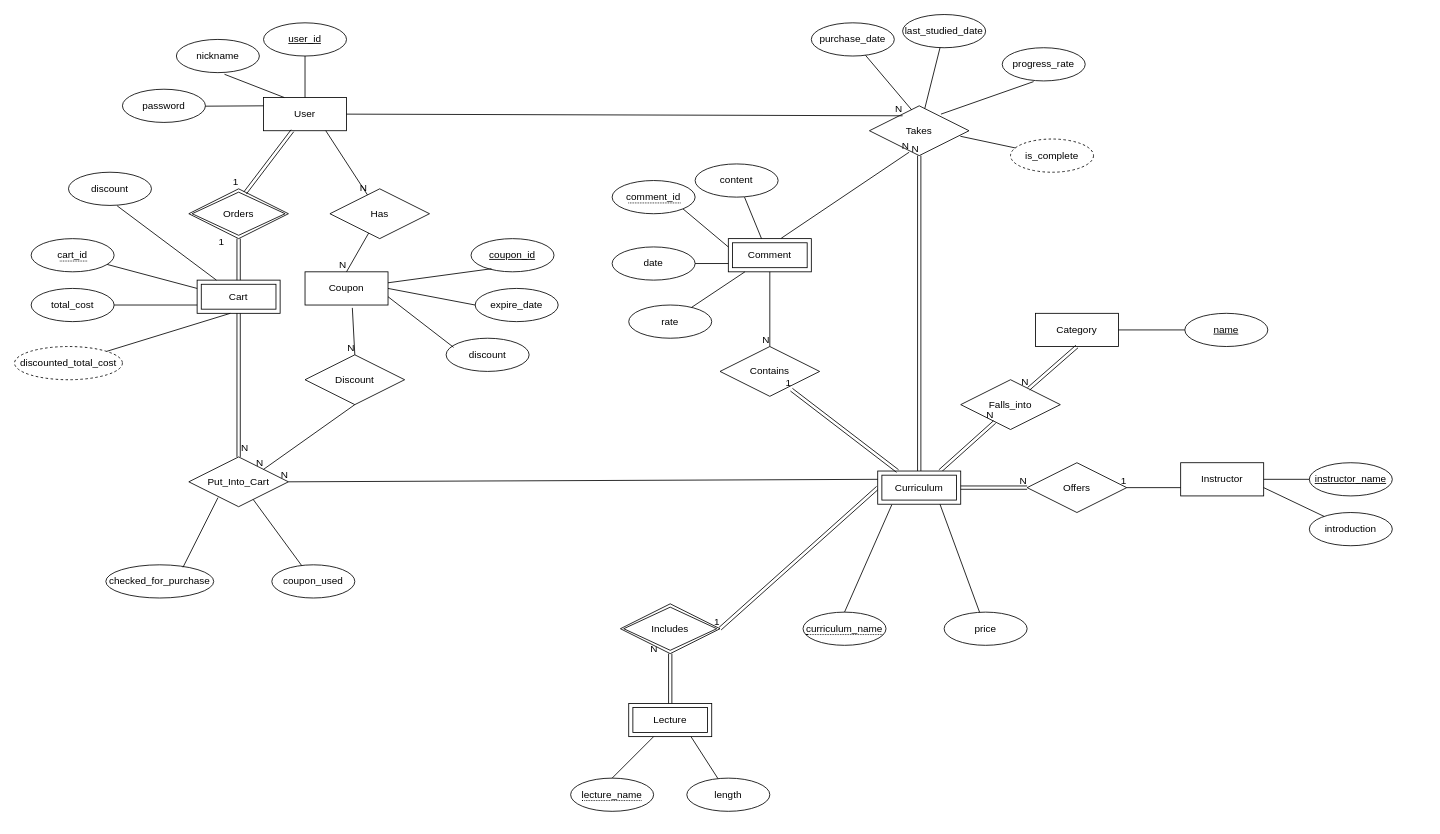
sarah2234/CBNU_DatabaseSystem keeps this draw.io diagram as ERD.drawio. Above is the earlier version. Source tidied: cells renumbered, new cells numbered last; positions are measured from the earlier drawing's top-left corner, leaving out a move shared by most shapes. Both pictures are drawn from the tidied source at 83%, with x=0, y=0 at pixel (14, 14).
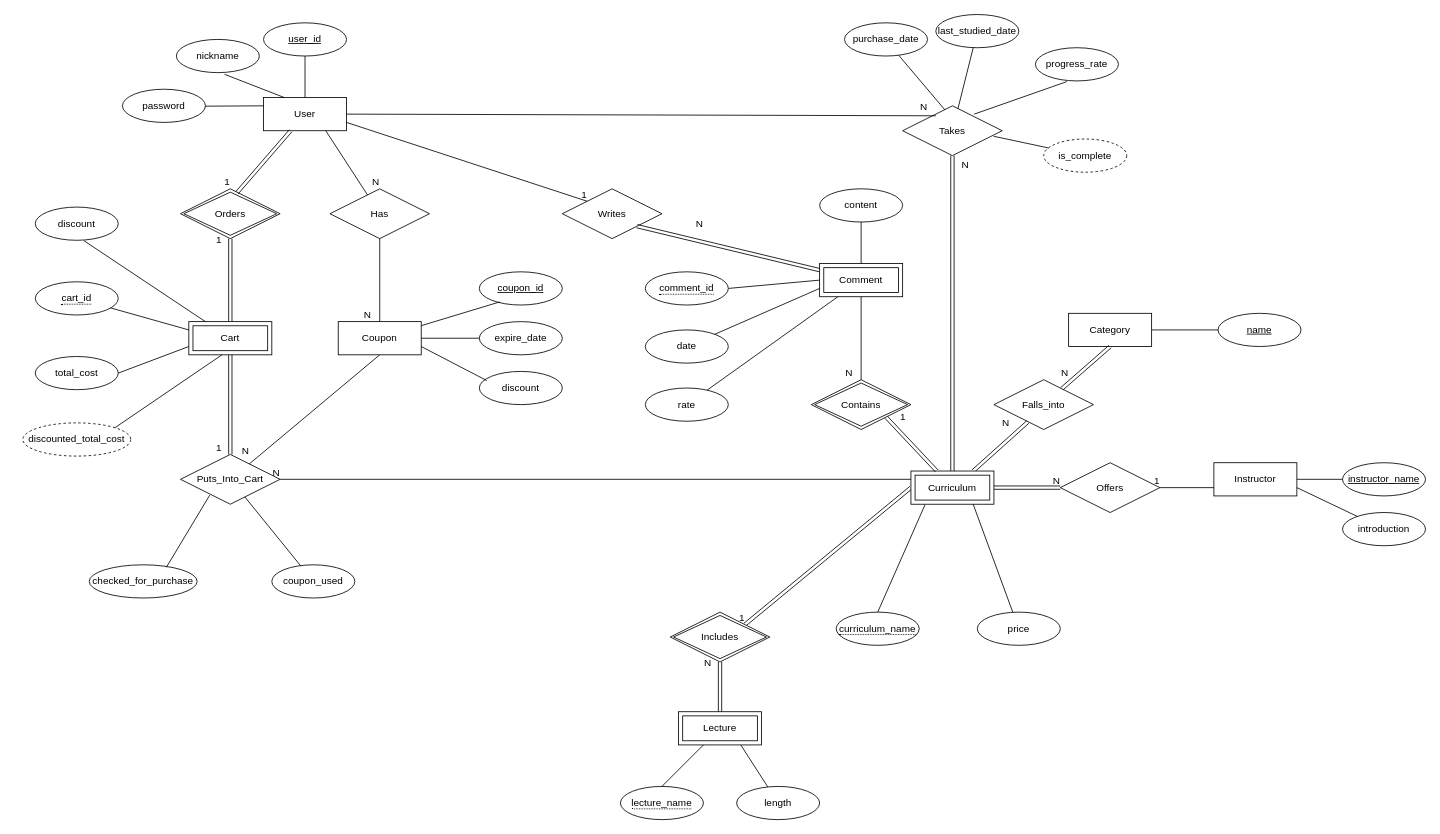
After the change.

Unchanged cells that the change refers to:
```xml
<mxCell id="3" value="User" style="whiteSpace=wrap;html=1;align=center;" parent="1" vertex="1">
  <mxGeometry x="300" y="100" width="100" height="40" as="geometry" />
</mxCell>
<mxCell id="12" value="Has" style="shape=rhombus;perimeter=rhombusPerimeter;whiteSpace=wrap;html=1;align=center;" parent="1" vertex="1">
  <mxGeometry x="380" y="210" width="120" height="60" as="geometry" />
</mxCell>
<mxCell id="13" style="endArrow=none;html=1;rounded=0;exitX=0.75;exitY=1;exitDx=0;exitDy=0;" parent="1" edge="1" source="3" target="12">
  <mxGeometry relative="1" as="geometry" />
</mxCell>
<mxCell id="18" style="shape=link;html=1;rounded=0;exitX=0.5;exitY=0;exitDx=0;exitDy=0;" parent="1" edge="1" source="62" target="17">
  <mxGeometry relative="1" as="geometry" />
</mxCell>
<mxCell id="20" style="endArrow=none;html=1;rounded=0;entryX=0.333;entryY=0.2;entryDx=0;entryDy=0;entryPerimeter=0;exitX=1;exitY=0.5;exitDx=0;exitDy=0;" parent="1" edge="1" source="3" target="17">
  <mxGeometry relative="1" as="geometry" />
</mxCell>
<mxCell id="23" style="shape=link;html=1;rounded=0;exitX=0.5;exitY=0;exitDx=0;exitDy=0;" parent="1" edge="1" source="22" target="25">
  <mxGeometry relative="1" as="geometry" />
</mxCell>
<mxCell id="37" style="shape=link;html=1;rounded=0;" parent="1" edge="1" source="35" target="36">
  <mxGeometry relative="1" as="geometry" />
</mxCell>
<mxCell id="41" style="shape=link;html=1;rounded=0;exitX=0.5;exitY=1;exitDx=0;exitDy=0;entryX=0.5;entryY=0;entryDx=0;entryDy=0;" parent="1" edge="1" source="35" target="99">
  <mxGeometry relative="1" as="geometry" />
</mxCell>
<mxCell id="56" style="shape=link;html=1;rounded=0;entryX=0.34;entryY=0.849;entryDx=0;entryDy=0;entryPerimeter=0;exitX=0.75;exitY=0;exitDx=0;exitDy=0;" parent="1" edge="1" source="62" target="55">
  <mxGeometry relative="1" as="geometry" />
</mxCell>
<mxCell id="58" style="shape=link;html=1;rounded=0;exitX=0.5;exitY=1;exitDx=0;exitDy=0;" parent="1" edge="1" source="52" target="55">
  <mxGeometry relative="1" as="geometry" />
</mxCell>
<mxCell id="109" style="endArrow=none;html=1;rounded=0;entryX=0.5;entryY=0;entryDx=0;entryDy=0;exitX=0.5;exitY=1;exitDx=0;exitDy=0;" parent="1" edge="1" source="43" target="106">
  <mxGeometry relative="1" as="geometry" />
</mxCell>
```

What changed in the source:
```diff
@@
     <mxCell id="6" value="Coupon" style="whiteSpace=wrap;html=1;align=center;" parent="1" vertex="1">
-      <mxGeometry x="350" y="310" width="100" height="40" as="geometry" />
+      <mxGeometry x="390" y="370" width="100" height="40" as="geometry" />
     </mxCell>
@@
-    <mxCell id="10" style="shape=link;html=1;rounded=0;exitX=0;exitY=0.5;exitDx=0;exitDy=0;entryX=1;entryY=0.5;entryDx=0;entryDy=0;" parent="1" edge="1" source="62" target="25">
-      <mxGeometry relative="1" as="geometry" />
+    <mxCell id="10" style="shape=link;html=1;rounded=0;entryX=1;entryY=0;entryDx=0;entryDy=0;" parent="1" edge="1" target="25">
+      <mxGeometry relative="1" as="geometry">
+        <mxPoint x="1080" y="570" as="sourcePoint" />
+      </mxGeometry>
     </mxCell>
@@
     <mxCell id="14" value="N" style="html=1;align=right;verticalAlign=bottom;" parent="13" vertex="1">
-      <mxGeometry x="1" relative="1" as="geometry" />
+      <mxGeometry x="1" relative="1" as="geometry">
+        <mxPoint x="15" y="-7" as="offset" />
+      </mxGeometry>
     </mxCell>
-    <mxCell id="15" style="endArrow=none;html=1;rounded=0;entryX=0.5;entryY=0;entryDx=0;entryDy=0;" parent="1" edge="1" source="12" target="6">
+    <mxCell id="15" style="endArrow=none;html=1;rounded=0;entryX=0.5;entryY=0;entryDx=0;entryDy=0;exitX=0.5;exitY=1;exitDx=0;exitDy=0;" parent="1" edge="1" source="12" target="6">
       <mxGeometry relative="1" as="geometry" />
     </mxCell>
     <mxCell id="16" value="N" style="html=1;align=right;verticalAlign=bottom;" parent="15" vertex="1">
-      <mxGeometry x="1" relative="1" as="geometry" />
+      <mxGeometry x="1" relative="1" as="geometry">
+        <mxPoint x="-10" as="offset" />
+      </mxGeometry>
     </mxCell>
     <mxCell id="17" value="Takes" style="shape=rhombus;perimeter=rhombusPerimeter;whiteSpace=wrap;html=1;align=center;" parent="1" vertex="1">
-      <mxGeometry x="1030" y="110" width="120" height="60" as="geometry" />
+      <mxGeometry x="1070" y="110" width="120" height="60" as="geometry" />
     </mxCell>
@@
     <mxCell id="19" value="N" style="html=1;align=right;verticalAlign=bottom;" parent="18" vertex="1">
-      <mxGeometry x="1" relative="1" as="geometry" />
+      <mxGeometry x="1" relative="1" as="geometry">
+        <mxPoint x="20" y="20" as="offset" />
+      </mxGeometry>
     </mxCell>
@@
     <mxCell id="21" value="N" style="html=1;align=right;verticalAlign=bottom;" parent="20" vertex="1">
-      <mxGeometry x="1" relative="1" as="geometry" />
+      <mxGeometry x="1" relative="1" as="geometry">
+        <mxPoint x="-10" y="-2" as="offset" />
+      </mxGeometry>
     </mxCell>
     <mxCell id="22" value="Lecture" style="shape=ext;margin=3;double=1;whiteSpace=wrap;html=1;align=center;" parent="1" vertex="1">
-      <mxGeometry x="740" y="830" width="100" height="40" as="geometry" />
+      <mxGeometry x="800" y="840" width="100" height="40" as="geometry" />
     </mxCell>
@@
     <mxCell id="24" value="N" style="html=1;align=right;verticalAlign=bottom;" parent="23" vertex="1">
       <mxGeometry x="1" relative="1" as="geometry">
-        <mxPoint x="-15" y="2" as="offset" />
+        <mxPoint x="-10" y="10" as="offset" />
       </mxGeometry>
     </mxCell>
     <mxCell id="25" value="Includes" style="shape=rhombus;double=1;perimeter=rhombusPerimeter;whiteSpace=wrap;html=1;align=center;" parent="1" vertex="1">
-      <mxGeometry x="730" y="710" width="120" height="60" as="geometry" />
+      <mxGeometry x="790" y="720" width="120" height="60" as="geometry" />
     </mxCell>
     <mxCell id="26" value="coupon_id" style="ellipse;whiteSpace=wrap;html=1;align=center;fontStyle=4;" parent="1" vertex="1">
-      <mxGeometry x="550" y="270" width="100" height="40" as="geometry" />
+      <mxGeometry x="560" y="310" width="100" height="40" as="geometry" />
     </mxCell>
     <mxCell id="27" value="expire_date" style="ellipse;whiteSpace=wrap;html=1;align=center;" parent="1" vertex="1">
-      <mxGeometry x="555" y="330" width="100" height="40" as="geometry" />
+      <mxGeometry x="560" y="370" width="100" height="40" as="geometry" />
     </mxCell>
     <mxCell id="28" value="discount" style="ellipse;whiteSpace=wrap;html=1;align=center;" parent="1" vertex="1">
-      <mxGeometry x="520" y="390" width="100" height="40" as="geometry" />
+      <mxGeometry x="560" y="430" width="100" height="40" as="geometry" />
     </mxCell>
@@
-    <mxCell id="32" value="Discount" style="shape=rhombus;perimeter=rhombusPerimeter;whiteSpace=wrap;html=1;align=center;" parent="1" vertex="1">
-      <mxGeometry x="350" y="410" width="120" height="60" as="geometry" />
-    </mxCell>
-    <mxCell id="33" style="endArrow=none;html=1;rounded=0;entryX=0.5;entryY=0;entryDx=0;entryDy=0;exitX=0.57;exitY=1.086;exitDx=0;exitDy=0;exitPerimeter=0;" parent="1" edge="1" source="6" target="32">
-      <mxGeometry relative="1" as="geometry" />
-    </mxCell>
-    <mxCell id="34" value="N" style="html=1;align=right;verticalAlign=bottom;" parent="33" vertex="1">
-      <mxGeometry x="1" relative="1" as="geometry" />
-    </mxCell>
     <mxCell id="35" value="Cart" style="shape=ext;margin=3;double=1;whiteSpace=wrap;html=1;align=center;" parent="1" vertex="1">
-      <mxGeometry x="220" y="320" width="100" height="40" as="geometry" />
+      <mxGeometry x="210" y="370" width="100" height="40" as="geometry" />
     </mxCell>
     <mxCell id="36" value="Orders" style="shape=rhombus;double=1;perimeter=rhombusPerimeter;whiteSpace=wrap;html=1;align=center;" parent="1" vertex="1">
-      <mxGeometry x="210" y="210" width="120" height="60" as="geometry" />
+      <mxGeometry x="200" y="210" width="120" height="60" as="geometry" />
     </mxCell>
@@
     <mxCell id="38" value="1" style="html=1;align=right;verticalAlign=bottom;" parent="37" vertex="1">
       <mxGeometry x="1" relative="1" as="geometry">
-        <mxPoint x="-17" y="12" as="offset" />
+        <mxPoint x="-10" y="10" as="offset" />
       </mxGeometry>
     </mxCell>
@@
-    <mxCell id="42" value="N" style="html=1;align=right;verticalAlign=bottom;" parent="41" vertex="1">
+    <mxCell id="42" value="1" style="html=1;align=right;verticalAlign=bottom;" parent="41" vertex="1">
       <mxGeometry x="1" relative="1" as="geometry">
-        <mxPoint x="12" y="-3" as="offset" />
+        <mxPoint x="-10" as="offset" />
       </mxGeometry>
     </mxCell>
     <mxCell id="43" value="Comment" style="shape=ext;margin=3;double=1;whiteSpace=wrap;html=1;align=center;" parent="1" vertex="1">
-      <mxGeometry x="860" y="270" width="100" height="40" as="geometry" />
+      <mxGeometry x="970" y="300" width="100" height="40" as="geometry" />
     </mxCell>
-    <mxCell id="44" style="endArrow=none;html=1;rounded=0;entryX=0.399;entryY=0.931;entryDx=0;entryDy=0;entryPerimeter=0;exitX=0.637;exitY=-0.01;exitDx=0;exitDy=0;exitPerimeter=0;" parent="1" edge="1" source="43" target="17">
-      <mxGeometry relative="1" as="geometry" />
-    </mxCell>
-    <mxCell id="45" value="N" style="html=1;align=right;verticalAlign=bottom;" parent="44" vertex="1">
-      <mxGeometry x="1" relative="1" as="geometry" />
-    </mxCell>
     <mxCell id="46" value="discounted_total_cost" style="ellipse;whiteSpace=wrap;html=1;align=center;dashed=1;" parent="1" vertex="1">
-      <mxGeometry y="400" width="130" height="40" as="geometry" />
+      <mxGeometry x="10" y="492" width="130" height="40" as="geometry" />
     </mxCell>
@@
     <mxCell id="48" value="discount" style="ellipse;whiteSpace=wrap;html=1;align=center;" parent="1" vertex="1">
-      <mxGeometry x="65" y="190" width="100" height="40" as="geometry" />
+      <mxGeometry x="25" y="232" width="100" height="40" as="geometry" />
     </mxCell>
@@
     <mxCell id="50" value="total_cost" style="ellipse;whiteSpace=wrap;html=1;align=center;" parent="1" vertex="1">
-      <mxGeometry x="20" y="330" width="100" height="40" as="geometry" />
+      <mxGeometry x="25" y="412" width="100" height="40" as="geometry" />
     </mxCell>
@@
     <mxCell id="52" value="Category" style="whiteSpace=wrap;html=1;align=center;" parent="1" vertex="1">
-      <mxGeometry x="1230" y="360" width="100" height="40" as="geometry" />
+      <mxGeometry x="1270" y="360" width="100" height="40" as="geometry" />
     </mxCell>
     <mxCell id="53" value="name" style="ellipse;whiteSpace=wrap;html=1;align=center;fontStyle=4;" parent="1" vertex="1">
-      <mxGeometry x="1410" y="360" width="100" height="40" as="geometry" />
+      <mxGeometry x="1450" y="360" width="100" height="40" as="geometry" />
     </mxCell>
@@
     <mxCell id="55" value="Falls_into" style="shape=rhombus;perimeter=rhombusPerimeter;whiteSpace=wrap;html=1;align=center;" parent="1" vertex="1">
-      <mxGeometry x="1140" y="440" width="120" height="60" as="geometry" />
+      <mxGeometry x="1180" y="440" width="120" height="60" as="geometry" />
     </mxCell>
@@
     <mxCell id="57" value="N" style="html=1;align=right;verticalAlign=bottom;" parent="56" vertex="1">
-      <mxGeometry x="1" relative="1" as="geometry" />
+      <mxGeometry x="1" relative="1" as="geometry">
+        <mxPoint x="-21" y="9" as="offset" />
+      </mxGeometry>
     </mxCell>
@@
     <mxCell id="59" value="N" style="html=1;align=right;verticalAlign=bottom;" parent="58" vertex="1">
-      <mxGeometry x="1" relative="1" as="geometry" />
+      <mxGeometry x="1" relative="1" as="geometry">
+        <mxPoint x="8" y="-11" as="offset" />
+      </mxGeometry>
     </mxCell>
     <mxCell id="60" value="Instructor" style="whiteSpace=wrap;html=1;align=center;" parent="1" vertex="1">
-      <mxGeometry x="1405" y="540" width="100" height="40" as="geometry" />
+      <mxGeometry x="1445" y="540" width="100" height="40" as="geometry" />
     </mxCell>
     <mxCell id="61" value="Offers" style="shape=rhombus;perimeter=rhombusPerimeter;whiteSpace=wrap;html=1;align=center;" parent="1" vertex="1">
-      <mxGeometry x="1220" y="540" width="120" height="60" as="geometry" />
+      <mxGeometry x="1260" y="540" width="120" height="60" as="geometry" />
     </mxCell>
     <mxCell id="62" value="Curriculum" style="shape=ext;margin=3;double=1;whiteSpace=wrap;html=1;align=center;" parent="1" vertex="1">
-      <mxGeometry x="1040" y="550" width="100" height="40" as="geometry" />
+      <mxGeometry x="1080" y="550" width="100" height="40" as="geometry" />
     </mxCell>
@@
     <mxCell id="67" value="introduction" style="ellipse;whiteSpace=wrap;html=1;align=center;" parent="1" vertex="1">
-      <mxGeometry x="1560" y="600" width="100" height="40" as="geometry" />
+      <mxGeometry x="1600" y="600" width="100" height="40" as="geometry" />
     </mxCell>
@@
     <mxCell id="69" value="instructor_name" style="ellipse;whiteSpace=wrap;html=1;align=center;fontStyle=4;" parent="1" vertex="1">
-      <mxGeometry x="1560" y="540" width="100" height="40" as="geometry" />
+      <mxGeometry x="1600" y="540" width="100" height="40" as="geometry" />
     </mxCell>
@@
     <mxCell id="71" value="&lt;span style=&quot;border-bottom: 1px dotted&quot;&gt;curriculum_name&lt;/span&gt;" style="ellipse;whiteSpace=wrap;html=1;align=center;" parent="1" vertex="1">
-      <mxGeometry x="950" y="720" width="100" height="40" as="geometry" />
+      <mxGeometry x="990" y="720" width="100" height="40" as="geometry" />
     </mxCell>
@@
     <mxCell id="73" value="price" style="ellipse;whiteSpace=wrap;html=1;align=center;" parent="1" vertex="1">
-      <mxGeometry x="1120" y="720" width="100" height="40" as="geometry" />
+      <mxGeometry x="1160" y="720" width="100" height="40" as="geometry" />
     </mxCell>
@@
     <mxCell id="75" value="progress_rate" style="ellipse;whiteSpace=wrap;html=1;align=center;" parent="1" vertex="1">
-      <mxGeometry x="1190" y="40" width="100" height="40" as="geometry" />
+      <mxGeometry x="1230" y="40" width="100" height="40" as="geometry" />
     </mxCell>
@@
     <mxCell id="77" value="last_studied_date" style="ellipse;whiteSpace=wrap;html=1;align=center;" parent="1" vertex="1">
-      <mxGeometry x="1070" width="100" height="40" as="geometry" />
+      <mxGeometry x="1110" width="100" height="40" as="geometry" />
     </mxCell>
@@
     <mxCell id="79" value="purchase_date" style="ellipse;whiteSpace=wrap;html=1;align=center;" parent="1" vertex="1">
-      <mxGeometry x="960" y="10" width="100" height="40" as="geometry" />
+      <mxGeometry x="1000" y="10" width="100" height="40" as="geometry" />
     </mxCell>
@@
-    <mxCell id="81" style="endArrow=none;html=1;rounded=0;entryX=0;entryY=0.25;entryDx=0;entryDy=0;exitX=1;exitY=1;exitDx=0;exitDy=0;" parent="1" edge="1" source="82" target="43">
+    <mxCell id="81" style="endArrow=none;html=1;rounded=0;exitX=1;exitY=0.5;exitDx=0;exitDy=0;entryX=0;entryY=0.5;entryDx=0;entryDy=0;" parent="1" edge="1" source="82" target="43">
       <mxGeometry relative="1" as="geometry" />
     </mxCell>
     <mxCell id="82" value="&lt;span style=&quot;border-bottom: 1px dotted&quot;&gt;comment_id&lt;/span&gt;" style="ellipse;whiteSpace=wrap;html=1;align=center;" parent="1" vertex="1">
-      <mxGeometry x="720" y="200" width="100" height="40" as="geometry" />
+      <mxGeometry x="760" y="310" width="100" height="40" as="geometry" />
     </mxCell>
     <mxCell id="83" value="rate" style="ellipse;whiteSpace=wrap;html=1;align=center;" parent="1" vertex="1">
-      <mxGeometry x="740" y="350" width="100" height="40" as="geometry" />
+      <mxGeometry x="760" y="450" width="100" height="40" as="geometry" />
     </mxCell>
@@
     <mxCell id="85" value="&lt;span style=&quot;border-bottom: 1px dotted&quot;&gt;lecture_name&lt;/span&gt;" style="ellipse;whiteSpace=wrap;html=1;align=center;" parent="1" vertex="1">
-      <mxGeometry x="670" y="920" width="100" height="40" as="geometry" />
+      <mxGeometry x="730" y="930" width="100" height="40" as="geometry" />
     </mxCell>
@@
     <mxCell id="87" value="length" style="ellipse;whiteSpace=wrap;html=1;align=center;" parent="1" vertex="1">
-      <mxGeometry x="810" y="920" width="100" height="40" as="geometry" />
+      <mxGeometry x="870" y="930" width="100" height="40" as="geometry" />
     </mxCell>
@@
     <mxCell id="89" value="is_complete" style="ellipse;whiteSpace=wrap;html=1;align=center;dashed=1;" parent="1" vertex="1">
-      <mxGeometry x="1200" y="150" width="100" height="40" as="geometry" />
+      <mxGeometry x="1240" y="150" width="100" height="40" as="geometry" />
     </mxCell>
@@
     <mxCell id="91" value="content" style="ellipse;whiteSpace=wrap;html=1;align=center;" parent="1" vertex="1">
-      <mxGeometry x="820" y="180" width="100" height="40" as="geometry" />
+      <mxGeometry x="970" y="210" width="100" height="40" as="geometry" />
     </mxCell>
-    <mxCell id="92" style="endArrow=none;html=1;rounded=0;exitX=0.595;exitY=1;exitDx=0;exitDy=0;exitPerimeter=0;" parent="1" edge="1" source="91">
-      <mxGeometry relative="1" as="geometry">
-        <mxPoint x="900" y="270" as="targetPoint" />
-      </mxGeometry>
+    <mxCell id="92" style="endArrow=none;html=1;rounded=0;exitX=0.5;exitY=1;exitDx=0;exitDy=0;" parent="1" edge="1" source="91" target="43">
+      <mxGeometry relative="1" as="geometry" />
     </mxCell>
     <mxCell id="93" value="date" style="ellipse;whiteSpace=wrap;html=1;align=center;" parent="1" vertex="1">
-      <mxGeometry x="720" y="280" width="100" height="40" as="geometry" />
+      <mxGeometry x="760" y="380" width="100" height="40" as="geometry" />
     </mxCell>
@@
     <mxCell id="95" value="checked_for_purchase" style="ellipse;whiteSpace=wrap;html=1;align=center;" parent="1" vertex="1">
-      <mxGeometry x="110" y="663" width="130" height="40" as="geometry" />
+      <mxGeometry x="90" y="663" width="130" height="40" as="geometry" />
     </mxCell>
@@
     <mxCell id="97" value="&lt;span style=&quot;border-bottom: 1px dotted&quot;&gt;cart_id&lt;/span&gt;" style="ellipse;whiteSpace=wrap;html=1;align=center;" parent="1" vertex="1">
-      <mxGeometry x="20" y="270" width="100" height="40" as="geometry" />
+      <mxGeometry x="25" y="322" width="100" height="40" as="geometry" />
     </mxCell>
@@
-    <mxCell id="99" value="Put_Into_Cart" style="shape=rhombus;perimeter=rhombusPerimeter;whiteSpace=wrap;html=1;align=center;" parent="1" vertex="1">
-      <mxGeometry x="210" y="533" width="120" height="60" as="geometry" />
+    <mxCell id="99" value="Puts_Into_Cart" style="shape=rhombus;perimeter=rhombusPerimeter;whiteSpace=wrap;html=1;align=center;" parent="1" vertex="1">
+      <mxGeometry x="200" y="530" width="120" height="60" as="geometry" />
     </mxCell>
@@
-    <mxCell id="102" style="endArrow=none;html=1;rounded=0;exitX=0.5;exitY=1;exitDx=0;exitDy=0;entryX=1;entryY=0;entryDx=0;entryDy=0;" parent="1" edge="1" source="32" target="99">
+    <mxCell id="102" style="endArrow=none;html=1;rounded=0;exitX=0.5;exitY=1;exitDx=0;exitDy=0;entryX=0.69;entryY=0.192;entryDx=0;entryDy=0;entryPerimeter=0;" parent="1" edge="1" source="6" target="99">
       <mxGeometry relative="1" as="geometry" />
     </mxCell>
     <mxCell id="103" value="N" style="html=1;align=right;verticalAlign=bottom;" parent="102" vertex="1">
-      <mxGeometry x="1" relative="1" as="geometry" />
+      <mxGeometry x="1" relative="1" as="geometry">
+        <mxPoint y="-8" as="offset" />
+      </mxGeometry>
     </mxCell>
@@
-    <mxCell id="106" value="Contains" style="shape=rhombus;perimeter=rhombusPerimeter;whiteSpace=wrap;html=1;align=center;" parent="1" vertex="1">
-      <mxGeometry x="850" y="400" width="120" height="60" as="geometry" />
-    </mxCell>
-    <mxCell id="107" style="shape=link;html=1;rounded=0;entryX=0.717;entryY=0.867;entryDx=0;entryDy=0;entryPerimeter=0;" parent="1" edge="1" source="62" target="106">
+    <mxCell id="107" style="shape=link;html=1;rounded=0;entryX=1;entryY=1;entryDx=0;entryDy=0;" parent="1" edge="1" source="62" target="106">
       <mxGeometry relative="1" as="geometry" />
     </mxCell>
     <mxCell id="108" value="1" style="html=1;align=right;verticalAlign=bottom;" parent="107" vertex="1">
-      <mxGeometry x="1" relative="1" as="geometry" />
+      <mxGeometry x="1" relative="1" as="geometry">
+        <mxPoint x="24" y="8" as="offset" />
+      </mxGeometry>
     </mxCell>
@@
     <mxCell id="110" value="N" style="html=1;align=right;verticalAlign=bottom;" parent="109" vertex="1">
-      <mxGeometry x="1" relative="1" as="geometry" />
+      <mxGeometry x="1" relative="1" as="geometry">
+        <mxPoint x="-10" as="offset" />
+      </mxGeometry>
     </mxCell>
+    <mxCell id="111" value="Writes" style="shape=rhombus;perimeter=rhombusPerimeter;whiteSpace=wrap;html=1;align=center;" parent="1" vertex="1">
+      <mxGeometry x="660" y="210" width="120" height="60" as="geometry" />
+    </mxCell>
+    <mxCell id="112" style="endArrow=none;html=1;rounded=0;exitX=1;exitY=0.75;exitDx=0;exitDy=0;entryX=0;entryY=0;entryDx=0;entryDy=0;" parent="1" edge="1" source="3" target="111">
+      <mxGeometry relative="1" as="geometry" />
+    </mxCell>
+    <mxCell id="113" value="1" style="html=1;align=right;verticalAlign=bottom;" parent="112" vertex="1">
+      <mxGeometry x="1" relative="1" as="geometry" />
+    </mxCell>
+    <mxCell id="114" style="shape=link;html=1;rounded=0;entryX=1;entryY=1;entryDx=0;entryDy=0;" parent="1" edge="1" source="43" target="111">
+      <mxGeometry relative="1" as="geometry" />
+    </mxCell>
+    <mxCell id="115" value="N" style="html=1;align=right;verticalAlign=bottom;" parent="114" vertex="1">
+      <mxGeometry x="1" relative="1" as="geometry">
+        <mxPoint x="80" y="5" as="offset" />
+      </mxGeometry>
+    </mxCell>
+    <mxCell id="106" value="Contains" style="shape=rhombus;double=1;perimeter=rhombusPerimeter;whiteSpace=wrap;html=1;align=center;" parent="1" vertex="1">
+      <mxGeometry x="960" y="440" width="120" height="60" as="geometry" />
+    </mxCell>
```
